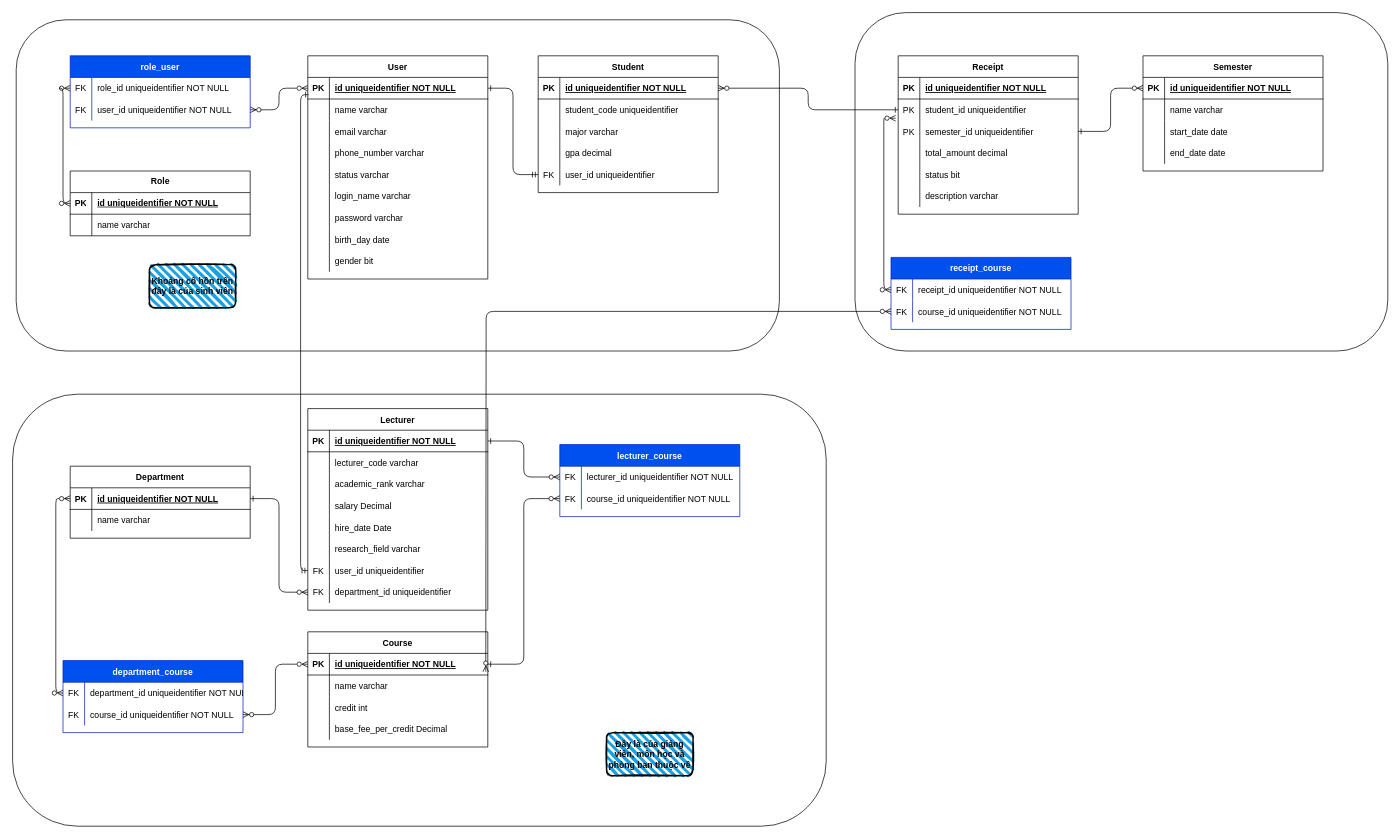
TronkIshere/Information-Systems-Analysis keeps this draw.io diagram as db/analysis.drawio. Above is the earlier version. Source tidied: cells renumbered, new cells numbered last; positions are measured from the earlier drawing's top-left corner, leaving out a move shared by most shapes. Both pictures are drawn from the tidied source at 72%, with x=0, y=0 at pixel (12, 12).
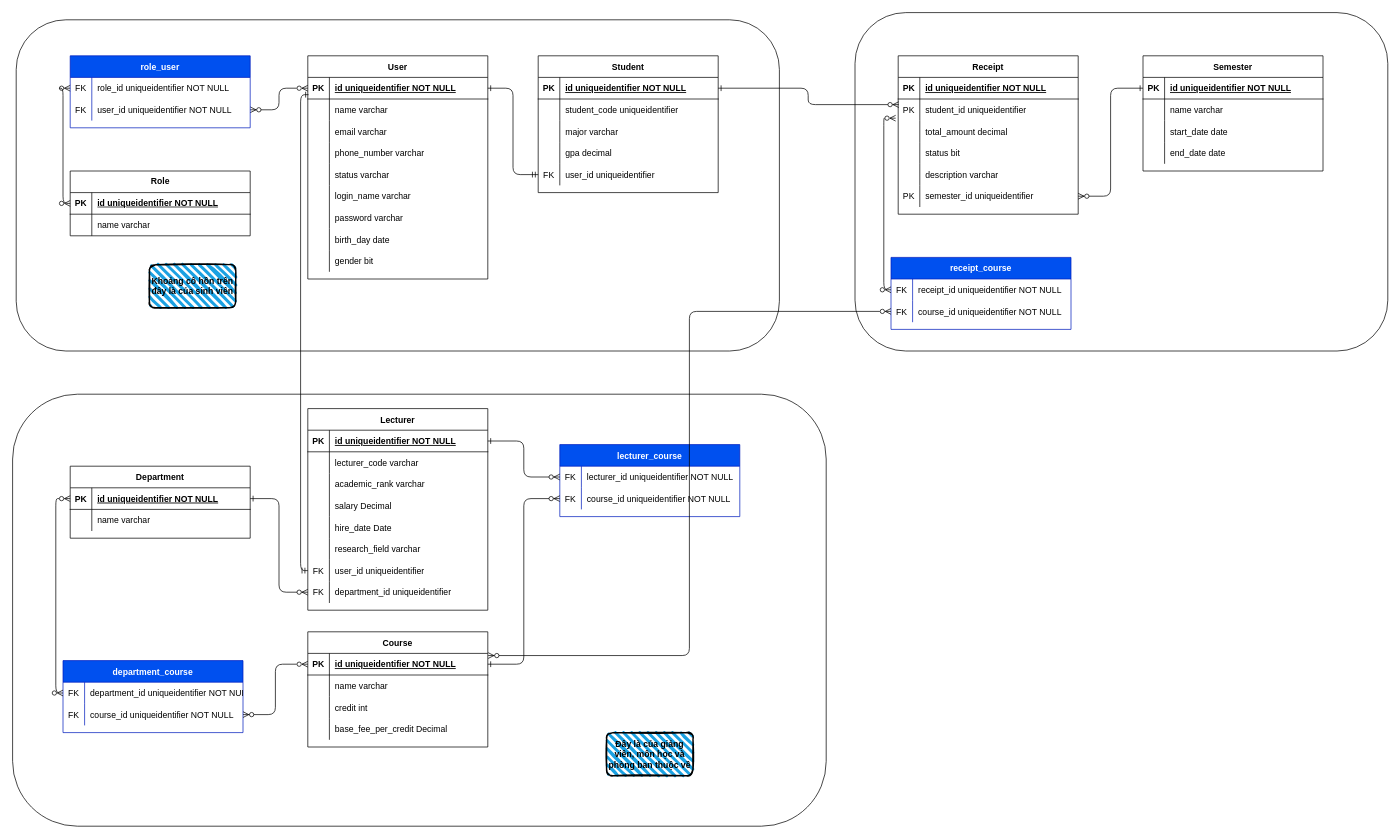
The same diagram, later.

The change refers to these unchanged cells:
```xml
<mxCell id="35" style="shape=partialRectangle;fillColor=none;points=[[0,0.5],[1,0.5]];portConstraint=eastwest;top=0;left=0;right=0;bottom=1;" parent="34" vertex="1">
  <mxGeometry y="30" width="250" height="30" as="geometry" />
</mxCell>
<mxCell id="115" style="shape=partialRectangle;fillColor=none;points=[[0,0.5],[1,0.5]];portConstraint=eastwest;top=0;left=0;right=0;bottom=1;" parent="114" vertex="1">
  <mxGeometry y="30" width="250" height="30" as="geometry" />
</mxCell>
<mxCell id="132" style="shape=partialRectangle;fillColor=none;points=[[0,0.5],[1,0.5]];portConstraint=eastwest;top=0;left=0;right=0;bottom=1;" parent="131" vertex="1">
  <mxGeometry y="30" width="250" height="30" as="geometry" />
</mxCell>
<mxCell id="146" value="Receipt" style="shape=table;startSize=30;childLayout=tableLayout;rowLines=0;fontStyle=1;align=center;" parent="1" vertex="1">
  <mxGeometry x="1230" y="60" width="250" height="220" as="geometry" />
</mxCell>
<mxCell id="150" style="shape=partialRectangle;fillColor=none;points=[[0,0.5],[1,0.5]];portConstraint=eastwest;top=0;left=0;right=0;bottom=0;" parent="146" vertex="1">
  <mxGeometry y="60" width="250" height="30" as="geometry" />
</mxCell>
<mxCell id="171" style="shape=tableRow;horizontal=0;startSize=0;swimlaneHead=0;swimlaneBody=0;fillColor=none;points=[[0,0.5],[1,0.5]];portConstraint=eastwest;top=0;left=0;right=0;bottom=0;" parent="167" vertex="1">
  <mxGeometry y="60" width="250" height="30" as="geometry" />
</mxCell>
```

Diff of the diagram source:
```diff
@@
-    <mxCell id="153" style="shape=partialRectangle;fillColor=none;points=[[0,0.5],[1,0.5]];portConstraint=eastwest;top=0;left=0;right=0;bottom=0;" parent="146" vertex="1">
-      <mxGeometry y="90" width="250" height="30" as="geometry" />
-    </mxCell>
-    <mxCell id="154" value="PK" style="shape=partialRectangle;overflow=hidden;fillColor=none;top=0;left=0;bottom=0;right=0;" parent="153" vertex="1">
-      <mxGeometry width="30" height="30" as="geometry" />
-    </mxCell>
-    <mxCell id="155" value="semester_id uniqueidentifier" style="shape=partialRectangle;overflow=hidden;fillColor=none;top=0;left=0;bottom=0;right=0;align=left;spacingLeft=6;" parent="153" vertex="1">
-      <mxGeometry x="30" width="220" height="30" as="geometry" />
-    </mxCell>
     <mxCell id="156" style="shape=tableRow;horizontal=0;startSize=0;swimlaneHead=0;swimlaneBody=0;fillColor=none;top=0;left=0;right=0;bottom=0;" parent="146" vertex="1">
-      <mxGeometry y="120" width="250" height="30" as="geometry" />
+      <mxGeometry y="90" width="250" height="30" as="geometry" />
     </mxCell>
@@
     <mxCell id="159" style="shape=tableRow;horizontal=0;startSize=0;swimlaneHead=0;swimlaneBody=0;fillColor=none;top=0;left=0;right=0;bottom=0;" parent="146" vertex="1">
-      <mxGeometry y="150" width="250" height="30" as="geometry" />
+      <mxGeometry y="120" width="250" height="30" as="geometry" />
     </mxCell>
@@
     <mxCell id="162" style="shape=tableRow;horizontal=0;startSize=0;swimlaneHead=0;swimlaneBody=0;fillColor=none;top=0;left=0;right=0;bottom=0;" parent="146" vertex="1">
-      <mxGeometry y="180" width="250" height="30" as="geometry" />
+      <mxGeometry y="150" width="250" height="30" as="geometry" />
     </mxCell>
@@
+    <mxCell id="176" style="shape=tableRow;horizontal=0;startSize=0;swimlaneHead=0;swimlaneBody=0;fillColor=none;points=[[0,0.5],[1,0.5]];portConstraint=eastwest;top=0;left=0;right=0;bottom=0;" parent="146" vertex="1">
+      <mxGeometry y="180" width="250" height="30" as="geometry" />
+    </mxCell>
+    <mxCell id="154" value="PK" style="shape=partialRectangle;fillColor=none;top=0;left=0;bottom=0;right=0;overflow=hidden;" parent="176" vertex="1">
+      <mxGeometry width="30" height="30" as="geometry" />
+    </mxCell>
+    <mxCell id="155" value="semester_id uniqueidentifier" style="shape=partialRectangle;fillColor=none;top=0;left=0;bottom=0;right=0;align=left;spacingLeft=6;overflow=hidden;" parent="176" vertex="1">
+      <mxGeometry x="30" width="220" height="30" as="geometry" />
+    </mxCell>
-    <mxCell id="165" style="endArrow=ERzeroToMany;startArrow=ERone;endFill=1;startFill=0;exitX=0;exitY=0.5;exitDx=0;exitDy=0;edgeStyle=orthogonalEdgeStyle;entryX=1;entryY=0.5;entryDx=0;entryDy=0;" parent="1" edge="1" source="150" target="115">
+    <mxCell id="165" style="endArrow=ERzeroToMany;startArrow=ERone;endFill=1;startFill=0;exitX=1;exitY=0.5;exitDx=0;exitDy=0;edgeStyle=orthogonalEdgeStyle;entryX=0.003;entryY=0.26;entryDx=0;entryDy=0;entryPerimeter=0;" parent="1" edge="1" source="115" target="150">
       <mxGeometry relative="1" as="geometry" />
     </mxCell>
-    <mxCell id="166" style="endArrow=ERzeroToMany;startArrow=ERone;endFill=1;startFill=0;exitX=1;exitY=0.5;exitDx=0;exitDy=0;edgeStyle=orthogonalEdgeStyle;entryX=0;entryY=0.5;entryDx=0;entryDy=0;" parent="1" edge="1" source="153" target="132">
+    <mxCell id="166" style="endArrow=ERzeroToMany;startArrow=ERone;endFill=1;startFill=0;edgeStyle=orthogonalEdgeStyle;entryX=1;entryY=0.5;entryDx=0;entryDy=0;exitX=0;exitY=0.5;exitDx=0;exitDy=0;" parent="1" edge="1" source="132" target="176">
       <mxGeometry relative="1" as="geometry" />
     </mxCell>
@@
-    <mxCell id="175" style="endArrow=ERzeroToMany;startArrow=ERzeroToMany;endFill=1;startFill=0;edgeStyle=orthogonalEdgeStyle;entryX=0.989;entryY=-0.151;entryDx=0;entryDy=0;entryPerimeter=0;" parent="1" edge="1" source="171">
-      <mxGeometry relative="1" as="geometry">
-        <mxPoint x="657.2" y="915.5" as="targetPoint" />
-      </mxGeometry>
+    <mxCell id="175" style="endArrow=ERzeroToMany;startArrow=ERzeroToMany;endFill=1;startFill=0;edgeStyle=orthogonalEdgeStyle;entryX=1.002;entryY=0.1;entryDx=0;entryDy=0;entryPerimeter=0;" parent="1" edge="1" source="171" target="35">
+      <mxGeometry relative="1" as="geometry" />
     </mxCell>
```
